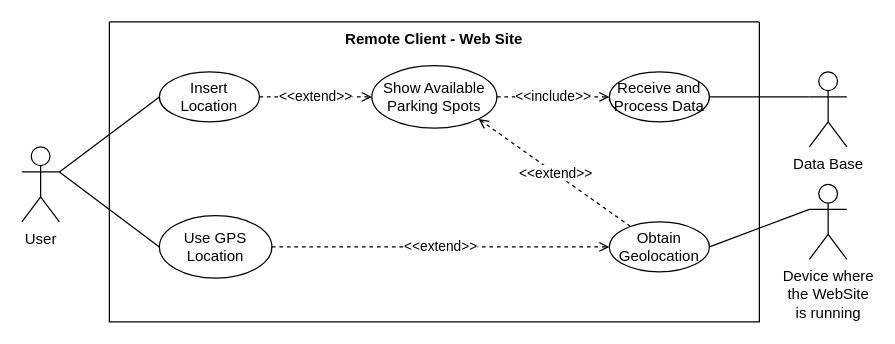
Before: page "WebSiteSys_UseCases" (2 of 4) of project/report/flowcharts/RemoteSystem.drawio in ESRGgroup9/slipad, a draw.io diagram. Source tidied: cells renumbered, new cells numbered last; positions are measured from the earlier drawing's top-left corner, leaving out a move shared by most shapes. Both pictures are drawn from the tidied source at 125%, with x=0, y=0 at pixel (21, 21).
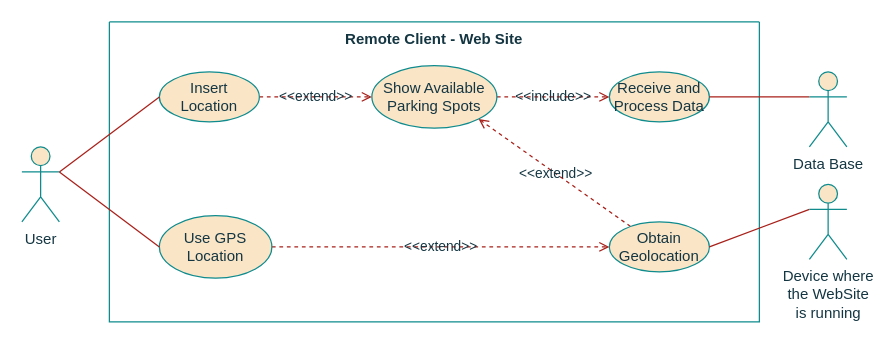
The same diagram, later.

The edit, as a diff of the source:
```diff
@@
 <mxGraphModel>
   <root>
     <mxCell id="0" />
     <mxCell id="1" parent="0" />
-    <mxCell id="2" value="Remote Client - Web Site " style="swimlane;startSize=0;verticalAlign=top;" parent="1" vertex="1">
+    <mxCell id="2" value="Remote Client - Web Site " style="swimlane;startSize=0;verticalAlign=top;fillColor=#FAE5C7;strokeColor=#0F8B8D;fontColor=#143642;" parent="1" vertex="1">
       <mxGeometry x="70" width="520" height="240" as="geometry" />
     </mxCell>
-    <mxCell id="3" value="&amp;lt;&amp;lt;extend&amp;gt;&amp;gt;" style="edgeStyle=none;rounded=0;jettySize=auto;html=1;entryX=0;entryY=0.5;entryDx=0;entryDy=0;dashed=1;endArrow=open;endFill=0;" parent="2" edge="1" source="4" target="9">
+    <mxCell id="3" value="&amp;lt;&amp;lt;extend&amp;gt;&amp;gt;" style="edgeStyle=none;rounded=0;jettySize=auto;html=1;entryX=0;entryY=0.5;entryDx=0;entryDy=0;dashed=1;endArrow=open;endFill=0;labelBackgroundColor=none;strokeColor=#A8201A;fontColor=#143642;" parent="2" edge="1" source="4" target="9">
       <mxGeometry relative="1" as="geometry" />
     </mxCell>
-    <mxCell id="4" value="Insert Location" style="ellipse;whiteSpace=wrap;html=1;" parent="2" vertex="1">
+    <mxCell id="4" value="Insert Location" style="ellipse;whiteSpace=wrap;html=1;fillColor=#FAE5C7;strokeColor=#0F8B8D;fontColor=#143642;" parent="2" vertex="1">
       <mxGeometry x="40" y="40" width="80" height="40" as="geometry" />
     </mxCell>
-    <mxCell id="5" value="&amp;lt;&amp;lt;extend&amp;gt;&amp;gt;" style="edgeStyle=none;rounded=0;jettySize=auto;html=1;entryX=1;entryY=1;entryDx=0;entryDy=0;dashed=1;endArrow=open;endFill=0;" parent="2" edge="1" source="6" target="9">
+    <mxCell id="5" value="&amp;lt;&amp;lt;extend&amp;gt;&amp;gt;" style="edgeStyle=none;rounded=0;jettySize=auto;html=1;entryX=1;entryY=1;entryDx=0;entryDy=0;dashed=1;endArrow=open;endFill=0;labelBackgroundColor=none;strokeColor=#A8201A;fontColor=#143642;" parent="2" edge="1" source="6" target="9">
       <mxGeometry relative="1" as="geometry" />
     </mxCell>
-    <mxCell id="6" value="Obtain Geolocation" style="ellipse;whiteSpace=wrap;html=1;" parent="2" vertex="1">
+    <mxCell id="6" value="Obtain Geolocation" style="ellipse;whiteSpace=wrap;html=1;fillColor=#FAE5C7;strokeColor=#0F8B8D;fontColor=#143642;" parent="2" vertex="1">
       <mxGeometry x="400" y="160" width="80" height="40" as="geometry" />
     </mxCell>
-    <mxCell id="7" value="Receive and Process Data" style="ellipse;whiteSpace=wrap;html=1;" parent="2" vertex="1">
+    <mxCell id="7" value="Receive and Process Data" style="ellipse;whiteSpace=wrap;html=1;fillColor=#FAE5C7;strokeColor=#0F8B8D;fontColor=#143642;" parent="2" vertex="1">
       <mxGeometry x="400" y="40" width="80" height="40" as="geometry" />
     </mxCell>
-    <mxCell id="8" value="&amp;lt;&amp;lt;include&amp;gt;&amp;gt;" style="edgeStyle=none;rounded=0;jettySize=auto;html=1;entryX=0;entryY=0.5;entryDx=0;entryDy=0;dashed=1;endArrow=open;endFill=0;" parent="2" edge="1" source="9" target="7">
+    <mxCell id="8" value="&amp;lt;&amp;lt;include&amp;gt;&amp;gt;" style="edgeStyle=none;rounded=0;jettySize=auto;html=1;entryX=0;entryY=0.5;entryDx=0;entryDy=0;dashed=1;endArrow=open;endFill=0;labelBackgroundColor=none;strokeColor=#A8201A;fontColor=#143642;" parent="2" edge="1" source="9" target="7">
       <mxGeometry relative="1" as="geometry" />
     </mxCell>
-    <mxCell id="9" value="Show Available Parking Spots" style="ellipse;whiteSpace=wrap;html=1;" parent="2" vertex="1">
+    <mxCell id="9" value="Show Available Parking Spots" style="ellipse;whiteSpace=wrap;html=1;fillColor=#FAE5C7;strokeColor=#0F8B8D;fontColor=#143642;" parent="2" vertex="1">
       <mxGeometry x="210" y="35" width="100" height="50" as="geometry" />
     </mxCell>
-    <mxCell id="10" value="&amp;lt;&amp;lt;extend&amp;gt;&amp;gt;" style="edgeStyle=none;rounded=0;jettySize=auto;html=1;entryX=0;entryY=0.5;entryDx=0;entryDy=0;dashed=1;endArrow=open;endFill=0;" parent="2" edge="1" source="11" target="6">
+    <mxCell id="10" value="&amp;lt;&amp;lt;extend&amp;gt;&amp;gt;" style="edgeStyle=none;rounded=0;jettySize=auto;html=1;entryX=0;entryY=0.5;entryDx=0;entryDy=0;dashed=1;endArrow=open;endFill=0;labelBackgroundColor=none;strokeColor=#A8201A;fontColor=#143642;" parent="2" edge="1" source="11" target="6">
       <mxGeometry relative="1" as="geometry" />
     </mxCell>
-    <mxCell id="11" value="Use GPS Location" style="ellipse;whiteSpace=wrap;html=1;" parent="2" vertex="1">
+    <mxCell id="11" value="Use GPS Location" style="ellipse;whiteSpace=wrap;html=1;fillColor=#FAE5C7;strokeColor=#0F8B8D;fontColor=#143642;" parent="2" vertex="1">
       <mxGeometry x="40" y="155" width="90" height="50" as="geometry" />
     </mxCell>
-    <mxCell id="12" style="edgeStyle=none;rounded=0;jettySize=auto;html=1;exitX=0;exitY=0.3333333333333333;exitDx=0;exitDy=0;exitPerimeter=0;entryX=1;entryY=0.5;entryDx=0;entryDy=0;endArrow=none;endFill=0;" parent="1" edge="1" source="13" target="6">
+    <mxCell id="12" style="edgeStyle=none;rounded=0;jettySize=auto;html=1;exitX=0;exitY=0.3333333333333333;exitDx=0;exitDy=0;exitPerimeter=0;entryX=1;entryY=0.5;entryDx=0;entryDy=0;endArrow=none;endFill=0;labelBackgroundColor=#DAD2D8;strokeColor=#A8201A;fontColor=#143642;" parent="1" edge="1" source="13" target="6">
       <mxGeometry relative="1" as="geometry" />
     </mxCell>
-    <mxCell id="13" value="&lt;div&gt; Device where &lt;br&gt;&lt;/div&gt;&lt;div&gt;the WebSite&lt;/div&gt;&lt;div&gt; is running&lt;/div&gt;" style="shape=umlActor;verticalLabelPosition=bottom;verticalAlign=top;html=1;outlineConnect=0;" parent="1" vertex="1">
+    <mxCell id="13" value="&lt;div&gt; Device where &lt;br&gt;&lt;/div&gt;&lt;div&gt;the WebSite&lt;/div&gt;&lt;div&gt; is running&lt;/div&gt;" style="shape=umlActor;verticalLabelPosition=bottom;verticalAlign=top;html=1;outlineConnect=0;fillColor=#FAE5C7;strokeColor=#0F8B8D;fontColor=#143642;" parent="1" vertex="1">
       <mxGeometry x="630" y="130" width="30" height="60" as="geometry" />
     </mxCell>
-    <mxCell id="14" style="edgeStyle=none;rounded=0;jettySize=auto;html=1;exitX=1;exitY=0.3333333333333333;exitDx=0;exitDy=0;exitPerimeter=0;entryX=0;entryY=0.5;entryDx=0;entryDy=0;endArrow=none;endFill=0;" parent="1" edge="1" source="16" target="4">
+    <mxCell id="14" style="edgeStyle=none;rounded=0;jettySize=auto;html=1;exitX=1;exitY=0.3333333333333333;exitDx=0;exitDy=0;exitPerimeter=0;entryX=0;entryY=0.5;entryDx=0;entryDy=0;endArrow=none;endFill=0;labelBackgroundColor=#DAD2D8;strokeColor=#A8201A;fontColor=#143642;" parent="1" edge="1" source="16" target="4">
       <mxGeometry relative="1" as="geometry" />
     </mxCell>
-    <mxCell id="15" style="edgeStyle=none;rounded=0;jettySize=auto;html=1;entryX=0;entryY=0.5;entryDx=0;entryDy=0;exitX=1;exitY=0.3333333333333333;exitDx=0;exitDy=0;exitPerimeter=0;endArrow=none;endFill=0;" parent="1" edge="1" source="16" target="11">
+    <mxCell id="15" style="edgeStyle=none;rounded=0;jettySize=auto;html=1;entryX=0;entryY=0.5;entryDx=0;entryDy=0;exitX=1;exitY=0.3333333333333333;exitDx=0;exitDy=0;exitPerimeter=0;endArrow=none;endFill=0;labelBackgroundColor=#DAD2D8;strokeColor=#A8201A;fontColor=#143642;" parent="1" edge="1" source="16" target="11">
       <mxGeometry relative="1" as="geometry" />
     </mxCell>
-    <mxCell id="16" value="User" style="shape=umlActor;verticalLabelPosition=bottom;verticalAlign=top;html=1;outlineConnect=0;" parent="1" vertex="1">
+    <mxCell id="16" value="User" style="shape=umlActor;verticalLabelPosition=bottom;verticalAlign=top;html=1;outlineConnect=0;fillColor=#FAE5C7;strokeColor=#0F8B8D;fontColor=#143642;" parent="1" vertex="1">
       <mxGeometry y="100" width="30" height="60" as="geometry" />
     </mxCell>
-    <mxCell id="17" style="edgeStyle=none;rounded=0;jettySize=auto;html=1;exitX=0;exitY=0.3333333333333333;exitDx=0;exitDy=0;exitPerimeter=0;entryX=1;entryY=0.5;entryDx=0;entryDy=0;endArrow=none;endFill=0;" parent="1" edge="1" source="18" target="7">
+    <mxCell id="17" style="edgeStyle=none;rounded=0;jettySize=auto;html=1;exitX=0;exitY=0.3333333333333333;exitDx=0;exitDy=0;exitPerimeter=0;entryX=1;entryY=0.5;entryDx=0;entryDy=0;endArrow=none;endFill=0;labelBackgroundColor=#DAD2D8;strokeColor=#A8201A;fontColor=#143642;" parent="1" edge="1" source="18" target="7">
       <mxGeometry relative="1" as="geometry" />
     </mxCell>
-    <mxCell id="18" value="Data Base" style="shape=umlActor;verticalLabelPosition=bottom;verticalAlign=top;html=1;outlineConnect=0;" parent="1" vertex="1">
+    <mxCell id="18" value="Data Base" style="shape=umlActor;verticalLabelPosition=bottom;verticalAlign=top;html=1;outlineConnect=0;fillColor=#FAE5C7;strokeColor=#0F8B8D;fontColor=#143642;" parent="1" vertex="1">
       <mxGeometry x="630" y="40" width="30" height="60" as="geometry" />
     </mxCell>
   </root>
 </mxGraphModel>
```
